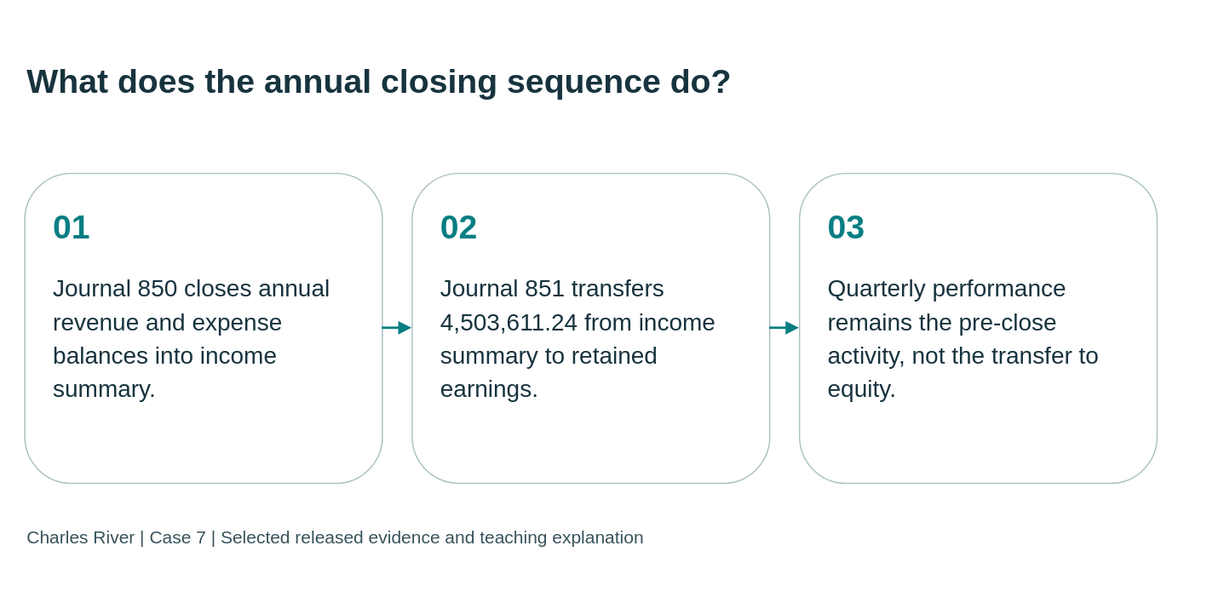
Before: static/diagrams/cases/case07-close.svg, a diagram exported from draw.io (mmcodesso/CharlesRiver_Database). Source tidied: cells renumbered, new cells last; positions are measured from the earlier drawing's top-left corner, leaving out a move shared by most shapes. The source it was exported from:
```xml
<mxGraphModel background="#f5f5ee">
  <root>
    <mxCell id="0" />
    <mxCell id="1" parent="0" />
    <mxCell id="2" value="What does the annual closing sequence do?" style="text;html=0;strokeColor=none;fillColor=none;align=left;verticalAlign=middle;whiteSpace=wrap;fontSize=28;fontStyle=1;fontColor=#17333e;fontFamily=Arial;" parent="1" vertex="1">
      <mxGeometry width="950" height="95" as="geometry" />
    </mxCell>
    <mxCell id="3" value="&lt;div style=&quot;font-size:28px;color:#087e83;font-weight:bold;margin-bottom:20px&quot;&gt;01&lt;/div&gt;&lt;div style=&quot;font-size:20px;line-height:1.4&quot;&gt;Journal 850 closes annual revenue and expense balances into income summary.&lt;/div&gt;" style="rounded=1;whiteSpace=wrap;html=1;fillColor=#ffffff;strokeColor=#a8bfc1;fontColor=#17333e;align=left;verticalAlign=top;spacing=24;fontFamily=Arial;fontSize=20;" parent="1" vertex="1">
      <mxGeometry y="125" width="300" height="260" as="geometry" />
    </mxCell>
    <mxCell id="4" value="&lt;div style=&quot;font-size:28px;color:#087e83;font-weight:bold;margin-bottom:20px&quot;&gt;02&lt;/div&gt;&lt;div style=&quot;font-size:20px;line-height:1.4&quot;&gt;Journal 851 transfers 4,503,611.24 from income summary to retained earnings.&lt;/div&gt;" style="rounded=1;whiteSpace=wrap;html=1;fillColor=#ffffff;strokeColor=#a8bfc1;fontColor=#17333e;align=left;verticalAlign=top;spacing=24;fontFamily=Arial;fontSize=20;" parent="1" vertex="1">
      <mxGeometry x="325" y="125" width="300" height="260" as="geometry" />
    </mxCell>
    <mxCell id="5" value="&lt;div style=&quot;font-size:28px;color:#087e83;font-weight:bold;margin-bottom:20px&quot;&gt;03&lt;/div&gt;&lt;div style=&quot;font-size:20px;line-height:1.4&quot;&gt;Quarterly performance remains the pre-close activity, not the transfer to equity.&lt;/div&gt;" style="rounded=1;whiteSpace=wrap;html=1;fillColor=#ffffff;strokeColor=#a8bfc1;fontColor=#17333e;align=left;verticalAlign=top;spacing=24;fontFamily=Arial;fontSize=20;" parent="1" vertex="1">
      <mxGeometry x="650" y="125" width="300" height="260" as="geometry" />
    </mxCell>
    <mxCell id="6" style="edgeStyle=orthogonalEdgeStyle;rounded=0;html=1;endArrow=block;endFill=1;strokeColor=#087e83;strokeWidth=2;" parent="1" edge="1" source="3" target="4">
      <mxGeometry relative="1" as="geometry" />
    </mxCell>
    <mxCell id="7" style="edgeStyle=orthogonalEdgeStyle;rounded=0;html=1;endArrow=block;endFill=1;strokeColor=#087e83;strokeWidth=2;" parent="1" edge="1" source="4" target="5">
      <mxGeometry relative="1" as="geometry" />
    </mxCell>
    <mxCell id="8" value="Charles River | Case 7 | Selected released evidence and teaching explanation" style="text;html=0;strokeColor=none;fillColor=none;align=left;fontSize=15;fontColor=#38535b;fontFamily=Arial;" parent="1" vertex="1">
      <mxGeometry y="415" width="950" height="35" as="geometry" />
    </mxCell>
  </root>
</mxGraphModel>
```
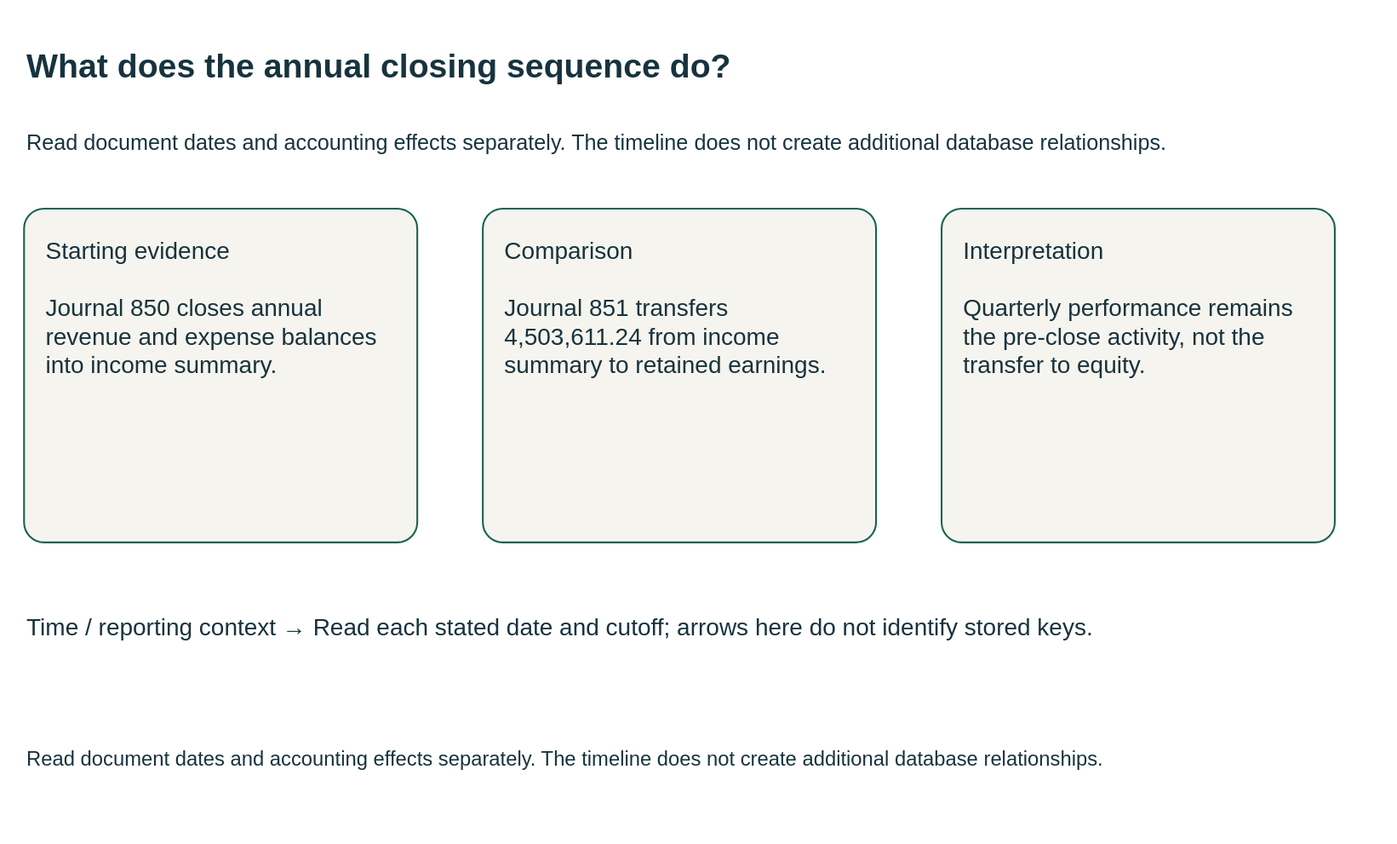
The same diagram one commit later.

Diff of the diagram source:
```diff
@@ -1,27 +1,27 @@
-<mxGraphModel background="#f5f5ee">
+<mxGraphModel background="#FFFFFF">
   <root>
     <mxCell id="0" />
     <mxCell id="1" parent="0" />
-    <mxCell id="2" value="What does the annual closing sequence do?" style="text;html=0;strokeColor=none;fillColor=none;align=left;verticalAlign=middle;whiteSpace=wrap;fontSize=28;fontStyle=1;fontColor=#17333e;fontFamily=Arial;" parent="1" vertex="1">
-      <mxGeometry width="950" height="95" as="geometry" />
+    <mxCell id="2" value="What does the annual closing sequence do?" style="html=0;fontFamily=Arial;fontSize=20;fontColor=#17333e;strokeColor=#196252;strokeWidth=1.5;whiteSpace=wrap;text;strokeColor=none;fillColor=none;align=left;verticalAlign=middle;fontSize=28;fontStyle=1;" parent="1" vertex="1">
+      <mxGeometry y="-10" width="1110" height="70" as="geometry" />
     </mxCell>
+    <mxCell id="9" value="Read document dates and accounting effects separately. The timeline does not create additional database relationships." style="html=0;fontFamily=Arial;fontSize=20;fontColor=#17333e;strokeColor=#196252;strokeWidth=1.5;whiteSpace=wrap;text;strokeColor=none;fillColor=none;align=left;verticalAlign=middle;fontSize=18;fontStyle=0;" parent="1" vertex="1">
+      <mxGeometry y="62" width="1110" height="55" as="geometry" />
+    </mxCell>
-    <mxCell id="3" value="&lt;div style=&quot;font-size:28px;color:#087e83;font-weight:bold;margin-bottom:20px&quot;&gt;01&lt;/div&gt;&lt;div style=&quot;font-size:20px;line-height:1.4&quot;&gt;Journal 850 closes annual revenue and expense balances into income summary.&lt;/div&gt;" style="rounded=1;whiteSpace=wrap;html=1;fillColor=#ffffff;strokeColor=#a8bfc1;fontColor=#17333e;align=left;verticalAlign=top;spacing=24;fontFamily=Arial;fontSize=20;" parent="1" vertex="1">
-      <mxGeometry y="125" width="300" height="260" as="geometry" />
+    <mxCell id="3" value="Starting evidence&#10;&#10;Journal 850 closes annual revenue and expense balances into income summary." style="html=0;fontFamily=Arial;fontSize=20;fontColor=#17333e;strokeColor=#196252;strokeWidth=1.5;whiteSpace=wrap;rounded=1;arcSize=6;fillColor=#f6f4ee;align=left;verticalAlign=top;spacing=18;" parent="1" vertex="1">
+      <mxGeometry y="145" width="330" height="280" as="geometry" />
     </mxCell>
-    <mxCell id="4" value="&lt;div style=&quot;font-size:28px;color:#087e83;font-weight:bold;margin-bottom:20px&quot;&gt;02&lt;/div&gt;&lt;div style=&quot;font-size:20px;line-height:1.4&quot;&gt;Journal 851 transfers 4,503,611.24 from income summary to retained earnings.&lt;/div&gt;" style="rounded=1;whiteSpace=wrap;html=1;fillColor=#ffffff;strokeColor=#a8bfc1;fontColor=#17333e;align=left;verticalAlign=top;spacing=24;fontFamily=Arial;fontSize=20;" parent="1" vertex="1">
-      <mxGeometry x="325" y="125" width="300" height="260" as="geometry" />
+    <mxCell id="4" value="Comparison&#10;&#10;Journal 851 transfers 4,503,611.24 from income summary to retained earnings." style="html=0;fontFamily=Arial;fontSize=20;fontColor=#17333e;strokeColor=#196252;strokeWidth=1.5;whiteSpace=wrap;rounded=1;arcSize=6;fillColor=#f6f4ee;align=left;verticalAlign=top;spacing=18;" parent="1" vertex="1">
+      <mxGeometry x="385" y="145" width="330" height="280" as="geometry" />
     </mxCell>
-    <mxCell id="5" value="&lt;div style=&quot;font-size:28px;color:#087e83;font-weight:bold;margin-bottom:20px&quot;&gt;03&lt;/div&gt;&lt;div style=&quot;font-size:20px;line-height:1.4&quot;&gt;Quarterly performance remains the pre-close activity, not the transfer to equity.&lt;/div&gt;" style="rounded=1;whiteSpace=wrap;html=1;fillColor=#ffffff;strokeColor=#a8bfc1;fontColor=#17333e;align=left;verticalAlign=top;spacing=24;fontFamily=Arial;fontSize=20;" parent="1" vertex="1">
-      <mxGeometry x="650" y="125" width="300" height="260" as="geometry" />
+    <mxCell id="5" value="Interpretation&#10;&#10;Quarterly performance remains the pre-close activity, not the transfer to equity." style="html=0;fontFamily=Arial;fontSize=20;fontColor=#17333e;strokeColor=#196252;strokeWidth=1.5;whiteSpace=wrap;rounded=1;arcSize=6;fillColor=#f6f4ee;align=left;verticalAlign=top;spacing=18;" parent="1" vertex="1">
+      <mxGeometry x="770" y="145" width="330" height="280" as="geometry" />
     </mxCell>
-    <mxCell id="6" style="edgeStyle=orthogonalEdgeStyle;rounded=0;html=1;endArrow=block;endFill=1;strokeColor=#087e83;strokeWidth=2;" parent="1" edge="1" source="3" target="4">
-      <mxGeometry relative="1" as="geometry" />
-    </mxCell>
-    <mxCell id="7" style="edgeStyle=orthogonalEdgeStyle;rounded=0;html=1;endArrow=block;endFill=1;strokeColor=#087e83;strokeWidth=2;" parent="1" edge="1" source="4" target="5">
-      <mxGeometry relative="1" as="geometry" />
-    </mxCell>
+    <mxCell id="10" value="Time / reporting context →     Read each stated date and cutoff; arrows here do not identify stored keys." style="html=0;fontFamily=Arial;fontSize=20;fontColor=#17333e;strokeColor=#196252;strokeWidth=1.5;whiteSpace=wrap;text;strokeColor=none;fillColor=none;align=left;verticalAlign=middle;fontSize=20;fontStyle=0;" parent="1" vertex="1">
+      <mxGeometry y="465" width="1100" height="60" as="geometry" />
+    </mxCell>
-    <mxCell id="8" value="Charles River | Case 7 | Selected released evidence and teaching explanation" style="text;html=0;strokeColor=none;fillColor=none;align=left;fontSize=15;fontColor=#38535b;fontFamily=Arial;" parent="1" vertex="1">
-      <mxGeometry y="415" width="950" height="35" as="geometry" />
+    <mxCell id="8" value="Read document dates and accounting effects separately. The timeline does not create additional database relationships." style="html=0;fontFamily=Arial;fontSize=20;fontColor=#17333e;strokeColor=#196252;strokeWidth=1.5;whiteSpace=wrap;text;strokeColor=none;fillColor=none;align=left;verticalAlign=middle;fontSize=17;fontStyle=0;" parent="1" vertex="1">
+      <mxGeometry y="577" width="1110" height="60" as="geometry" />
     </mxCell>
   </root>
 </mxGraphModel>
```
